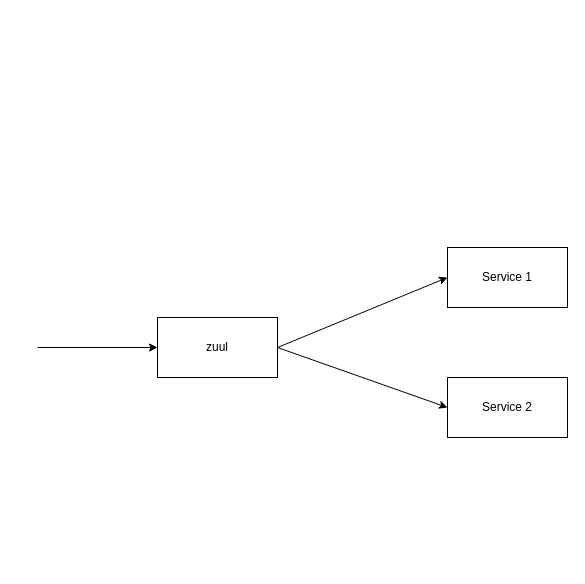
Earlier version of the draw.io diagram Untitled Diagram.drawio (thinhphan1990/Docker-Spring-cloud). Source tidied: cells renumbered, new cells numbered last; positions are measured from the earlier drawing's top-left corner, leaving out a move shared by most shapes. Both pictures are drawn from the tidied source at 100%, with x=0, y=0 at pixel (37, 247).
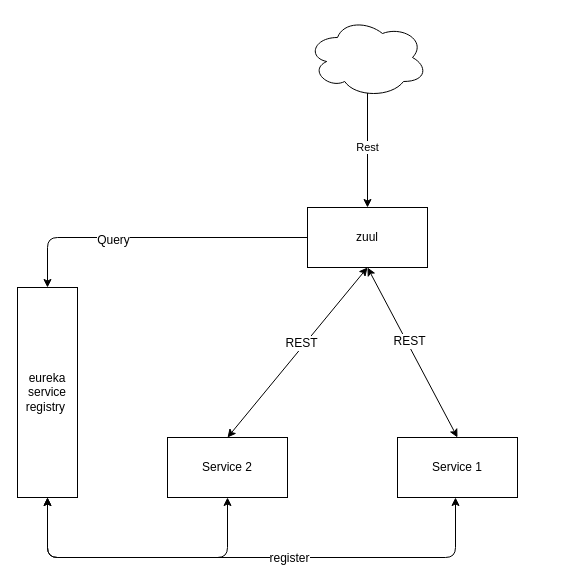
After the change.

What changed in the source:
```diff
@@
     <mxCell id="2" value="zuul" style="rounded=0;whiteSpace=wrap;html=1;" parent="1" vertex="1">
-      <mxGeometry x="120" y="70" width="120" height="60" as="geometry" />
+      <mxGeometry x="270" y="-40" width="120" height="60" as="geometry" />
     </mxCell>
     <mxCell id="3" value="Service 1" style="rounded=0;whiteSpace=wrap;html=1;" parent="1" vertex="1">
-      <mxGeometry x="410" width="120" height="60" as="geometry" />
+      <mxGeometry x="360" y="190" width="120" height="60" as="geometry" />
     </mxCell>
     <mxCell id="4" value="Service 2" style="rounded=0;whiteSpace=wrap;html=1;" parent="1" vertex="1">
-      <mxGeometry x="410" y="130" width="120" height="60" as="geometry" />
+      <mxGeometry x="130" y="190" width="120" height="60" as="geometry" />
     </mxCell>
-    <mxCell id="5" style="endArrow=classic;html=1;entryX=0;entryY=0.5;entryDx=0;entryDy=0;" parent="1" edge="1" target="2">
-      <mxGeometry relative="1" as="geometry">
-        <mxPoint y="100" as="sourcePoint" />
-      </mxGeometry>
-    </mxCell>
-    <mxCell id="6" style="endArrow=classic;html=1;entryX=0;entryY=0.5;entryDx=0;entryDy=0;exitX=1;exitY=0.5;exitDx=0;exitDy=0;" parent="1" edge="1" source="2" target="3">
-      <mxGeometry relative="1" as="geometry" />
-    </mxCell>
-    <mxCell id="7" style="endArrow=classic;html=1;entryX=0;entryY=0.5;entryDx=0;entryDy=0;exitX=1;exitY=0.5;exitDx=0;exitDy=0;" parent="1" edge="1" source="2" target="4">
-      <mxGeometry relative="1" as="geometry" />
-    </mxCell>
+    <mxCell id="8" value="eureka service registry&amp;nbsp;" style="rounded=0;whiteSpace=wrap;html=1;" parent="1" vertex="1">
+      <mxGeometry x="-20" y="40" width="60" height="210" as="geometry" />
+    </mxCell>
+    <mxCell id="9" style="endArrow=classic;startArrow=classic;html=1;entryX=0.5;entryY=1;entryDx=0;entryDy=0;exitX=0.5;exitY=1;exitDx=0;exitDy=0;" parent="1" edge="1" source="8" target="4">
+      <mxGeometry relative="1" as="geometry">
+        <Array as="points">
+          <mxPoint x="10" y="310" />
+          <mxPoint x="190" y="310" />
+        </Array>
+      </mxGeometry>
+    </mxCell>
+    <mxCell id="10" style="endArrow=classic;startArrow=classic;html=1;entryX=0.5;entryY=1;entryDx=0;entryDy=0;exitX=0.5;exitY=1;exitDx=0;exitDy=0;" parent="1" edge="1">
+      <mxGeometry relative="1" as="geometry">
+        <mxPoint x="10" y="250" as="sourcePoint" />
+        <mxPoint x="418" y="250" as="targetPoint" />
+        <Array as="points">
+          <mxPoint x="10" y="310" />
+          <mxPoint x="418" y="310" />
+        </Array>
+      </mxGeometry>
+    </mxCell>
+    <mxCell id="11" value="&lt;span&gt;register&lt;/span&gt;" style="text;html=1;align=center;verticalAlign=middle;labelBackgroundColor=#ffffff;" parent="10" vertex="1">
+      <mxGeometry x="0.14" relative="1" as="geometry" />
+    </mxCell>
+    <mxCell id="12" style="endArrow=classic;html=1;exitX=0;exitY=0.5;exitDx=0;exitDy=0;entryX=0.5;entryY=0;entryDx=0;entryDy=0;" parent="1" edge="1" source="2" target="8">
+      <mxGeometry relative="1" as="geometry">
+        <Array as="points">
+          <mxPoint x="10" y="-10" />
+        </Array>
+      </mxGeometry>
+    </mxCell>
+    <mxCell id="13" value="Query" style="text;html=1;align=center;verticalAlign=middle;labelBackgroundColor=#ffffff;" parent="12" vertex="1">
+      <mxGeometry x="0.26" y="2" relative="1" as="geometry" />
+    </mxCell>
+    <mxCell id="14" value="Rest" style="endArrow=classic;html=1;entryX=0.5;entryY=0;entryDx=0;entryDy=0;" parent="1" edge="1" target="2">
+      <mxGeometry relative="1" as="geometry">
+        <mxPoint x="330" y="-160" as="sourcePoint" />
+      </mxGeometry>
+    </mxCell>
+    <mxCell id="15" style="endArrow=classic;startArrow=classic;html=1;entryX=0.5;entryY=1;entryDx=0;entryDy=0;exitX=0.5;exitY=0;exitDx=0;exitDy=0;" parent="1" edge="1" source="4" target="2">
+      <mxGeometry relative="1" as="geometry" />
+    </mxCell>
+    <mxCell id="16" value="REST" style="text;html=1;align=center;verticalAlign=middle;labelBackgroundColor=#ffffff;" parent="15" vertex="1">
+      <mxGeometry x="0.09" y="3" relative="1" as="geometry" />
+    </mxCell>
+    <mxCell id="17" style="endArrow=classic;startArrow=classic;html=1;entryX=0.5;entryY=1;entryDx=0;entryDy=0;exitX=0.5;exitY=0;exitDx=0;exitDy=0;" parent="1" edge="1" source="3" target="2">
+      <mxGeometry relative="1" as="geometry" />
+    </mxCell>
+    <mxCell id="18" value="REST" style="text;html=1;align=center;verticalAlign=middle;labelBackgroundColor=#ffffff;" parent="17" vertex="1">
+      <mxGeometry x="0.12" y="-2" relative="1" as="geometry" />
+    </mxCell>
+    <mxCell id="19" style="ellipse;shape=cloud;whiteSpace=wrap;html=1;" parent="1" vertex="1">
+      <mxGeometry x="270" y="-230" width="120" height="80" as="geometry" />
+    </mxCell>
```
